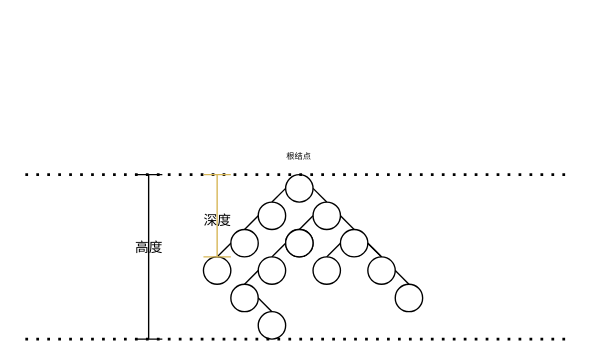
lm-lan/document keeps this draw.io diagram as tree.drawio. Above is the earlier version. Source tidied: cells renumbered, new cells numbered last; positions are measured from the earlier drawing's top-left corner, leaving out a move shared by most shapes. Both pictures are drawn from the tidied source at 137%, with x=0, y=0 at pixel (25, 147).
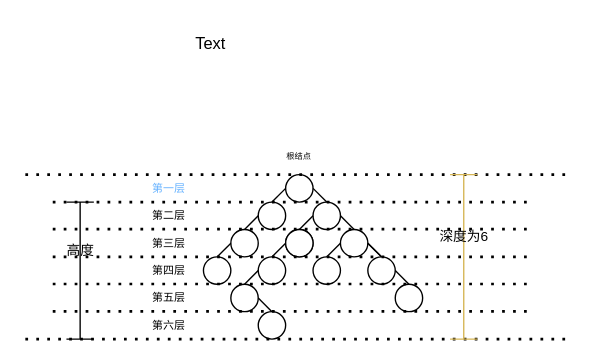
After the change.

The edit, as a diff of the source:
```diff
@@
     <mxCell id="32" style="shape=crossbar;whiteSpace=wrap;html=1;rounded=1;direction=south;" parent="1" vertex="1">
-      <mxGeometry x="80" y="20" width="20" height="120" as="geometry" />
+      <mxGeometry x="30" y="40" width="20" height="100" as="geometry" />
     </mxCell>
     <mxCell id="33" value="&lt;font style=&quot;font-size: 10px;&quot;&gt;高度&lt;/font&gt;" style="text;html=1;align=center;verticalAlign=middle;strokeColor=none;fillColor=none;" parent="1" vertex="1">
-      <mxGeometry x="70" y="58" width="40" height="30" as="geometry" />
+      <mxGeometry x="20" y="60" width="40" height="30" as="geometry" />
     </mxCell>
     <mxCell id="34" style="shape=crossbar;whiteSpace=wrap;html=1;rounded=1;direction=south;fillColor=#fff2cc;strokeColor=#d6b656;" parent="1" vertex="1">
-      <mxGeometry x="130" y="20" width="20" height="60" as="geometry" />
+      <mxGeometry x="310" y="20" width="20" height="120" as="geometry" />
     </mxCell>
-    <mxCell id="35" value="&lt;font style=&quot;font-size: 10px;&quot;&gt;深度&lt;/font&gt;" style="text;html=1;align=center;verticalAlign=middle;strokeColor=none;fillColor=none;" parent="1" vertex="1">
-      <mxGeometry x="120" y="38" width="40" height="30" as="geometry" />
+    <mxCell id="35" value="&lt;font style=&quot;font-size: 10px;&quot;&gt;深度为6&lt;/font&gt;" style="text;html=1;align=center;verticalAlign=middle;strokeColor=none;fillColor=none;" parent="1" vertex="1">
+      <mxGeometry x="290" y="50" width="60" height="30" as="geometry" />
     </mxCell>
+    <mxCell id="36" style="endArrow=none;dashed=1;html=1;dashPattern=1 3;strokeWidth=2;rounded=0;" parent="1" edge="1">
+      <mxGeometry relative="1" as="geometry">
+        <mxPoint x="20" y="40" as="sourcePoint" />
+        <mxPoint x="371" y="40" as="targetPoint" />
+      </mxGeometry>
+    </mxCell>
+    <mxCell id="37" style="endArrow=none;dashed=1;html=1;dashPattern=1 3;strokeWidth=2;rounded=0;" parent="1" edge="1">
+      <mxGeometry relative="1" as="geometry">
+        <mxPoint x="20" y="59.8" as="sourcePoint" />
+        <mxPoint x="371" y="59.8" as="targetPoint" />
+      </mxGeometry>
+    </mxCell>
+    <mxCell id="38" style="endArrow=none;dashed=1;html=1;dashPattern=1 3;strokeWidth=2;rounded=0;" parent="1" edge="1">
+      <mxGeometry relative="1" as="geometry">
+        <mxPoint x="20" y="80" as="sourcePoint" />
+        <mxPoint x="371" y="80" as="targetPoint" />
+      </mxGeometry>
+    </mxCell>
+    <mxCell id="39" style="endArrow=none;dashed=1;html=1;dashPattern=1 3;strokeWidth=2;rounded=0;" parent="1" edge="1">
+      <mxGeometry relative="1" as="geometry">
+        <mxPoint x="20" y="119.8" as="sourcePoint" />
+        <mxPoint x="371" y="119.8" as="targetPoint" />
+      </mxGeometry>
+    </mxCell>
+    <mxCell id="40" style="endArrow=none;dashed=1;html=1;dashPattern=1 3;strokeWidth=2;rounded=0;" parent="1" edge="1">
+      <mxGeometry relative="1" as="geometry">
+        <mxPoint x="20" y="99.8" as="sourcePoint" />
+        <mxPoint x="371" y="99.8" as="targetPoint" />
+      </mxGeometry>
+    </mxCell>
+    <mxCell id="41" value="Text" style="text;html=1;align=center;verticalAlign=middle;strokeColor=none;fillColor=none;" parent="1" vertex="1">
+      <mxGeometry x="110" y="-90" width="50" height="30" as="geometry" />
+    </mxCell>
+    <mxCell id="42" value="第一层" style="text;html=1;align=center;verticalAlign=middle;whiteSpace=wrap;rounded=0;fontSize=8;fontColor=#66B2FF;" parent="1" vertex="1">
+      <mxGeometry x="80" y="25" width="50" height="10" as="geometry" />
+    </mxCell>
+    <mxCell id="43" value="第二层" style="text;html=1;align=center;verticalAlign=middle;whiteSpace=wrap;rounded=0;fontSize=8;" parent="1" vertex="1">
+      <mxGeometry x="80" y="45" width="50" height="10" as="geometry" />
+    </mxCell>
+    <mxCell id="44" value="第三层" style="text;html=1;align=center;verticalAlign=middle;whiteSpace=wrap;rounded=0;fontSize=8;" parent="1" vertex="1">
+      <mxGeometry x="80" y="65" width="50" height="10" as="geometry" />
+    </mxCell>
+    <mxCell id="45" value="第四层" style="text;html=1;align=center;verticalAlign=middle;whiteSpace=wrap;rounded=0;fontSize=8;" parent="1" vertex="1">
+      <mxGeometry x="80" y="85" width="50" height="10" as="geometry" />
+    </mxCell>
+    <mxCell id="46" value="第五层" style="text;html=1;align=center;verticalAlign=middle;whiteSpace=wrap;rounded=0;fontSize=8;" parent="1" vertex="1">
+      <mxGeometry x="80" y="105" width="50" height="10" as="geometry" />
+    </mxCell>
+    <mxCell id="47" value="第六层" style="text;html=1;align=center;verticalAlign=middle;whiteSpace=wrap;rounded=0;fontSize=8;" parent="1" vertex="1">
+      <mxGeometry x="80" y="125" width="50" height="10" as="geometry" />
+    </mxCell>
```
